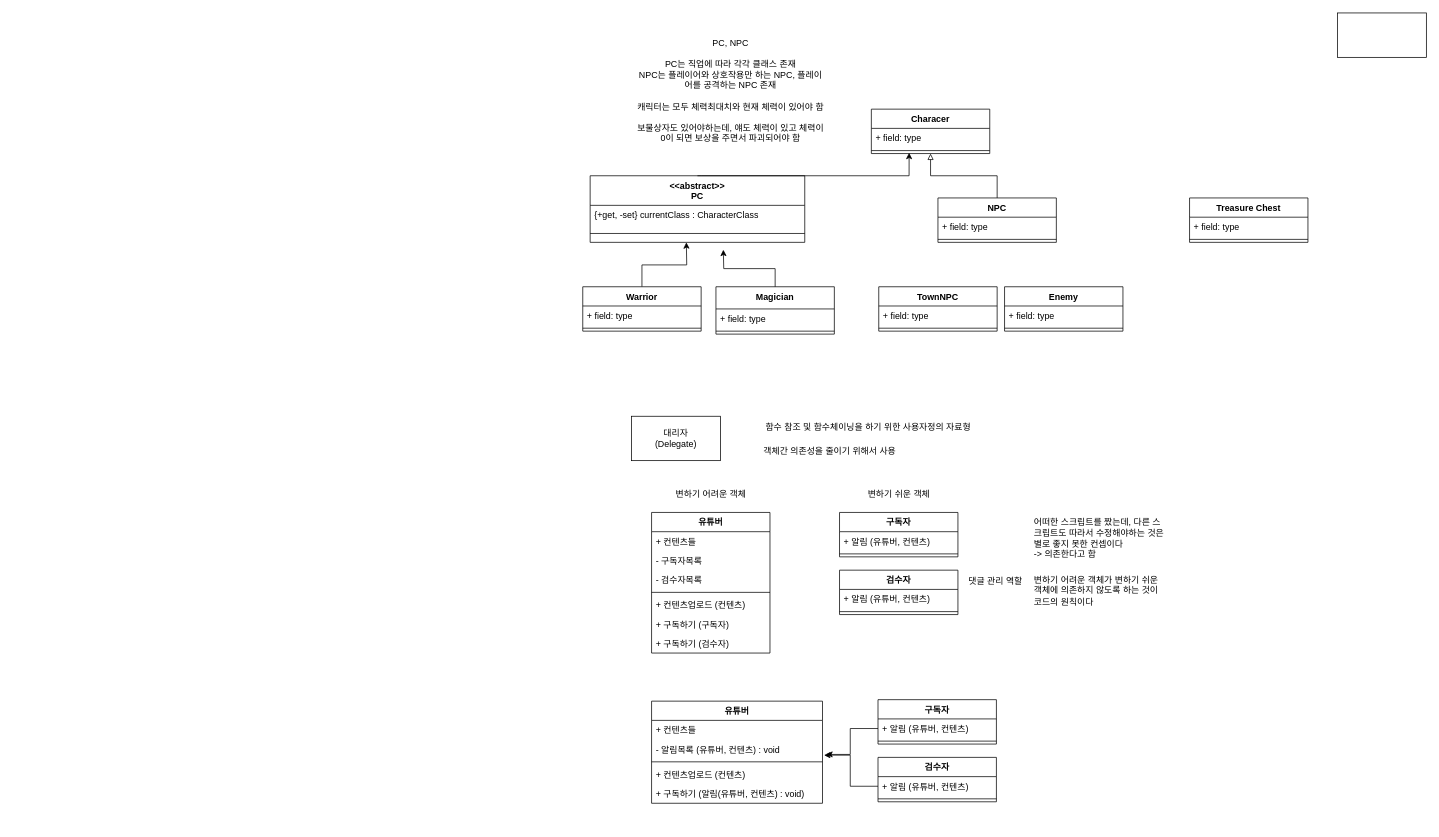
This is CsharpBasic.drawio from Unity-Boot-Camp-13th/CSharp-basic, a draw.io file, before an edit. Source tidied: cells renumbered, new cells numbered last; positions are measured from the earlier drawing's top-left corner, leaving out a move shared by most shapes. Both pictures are drawn from the tidied source at 74%, with x=0, y=0 at pixel (582, 13).
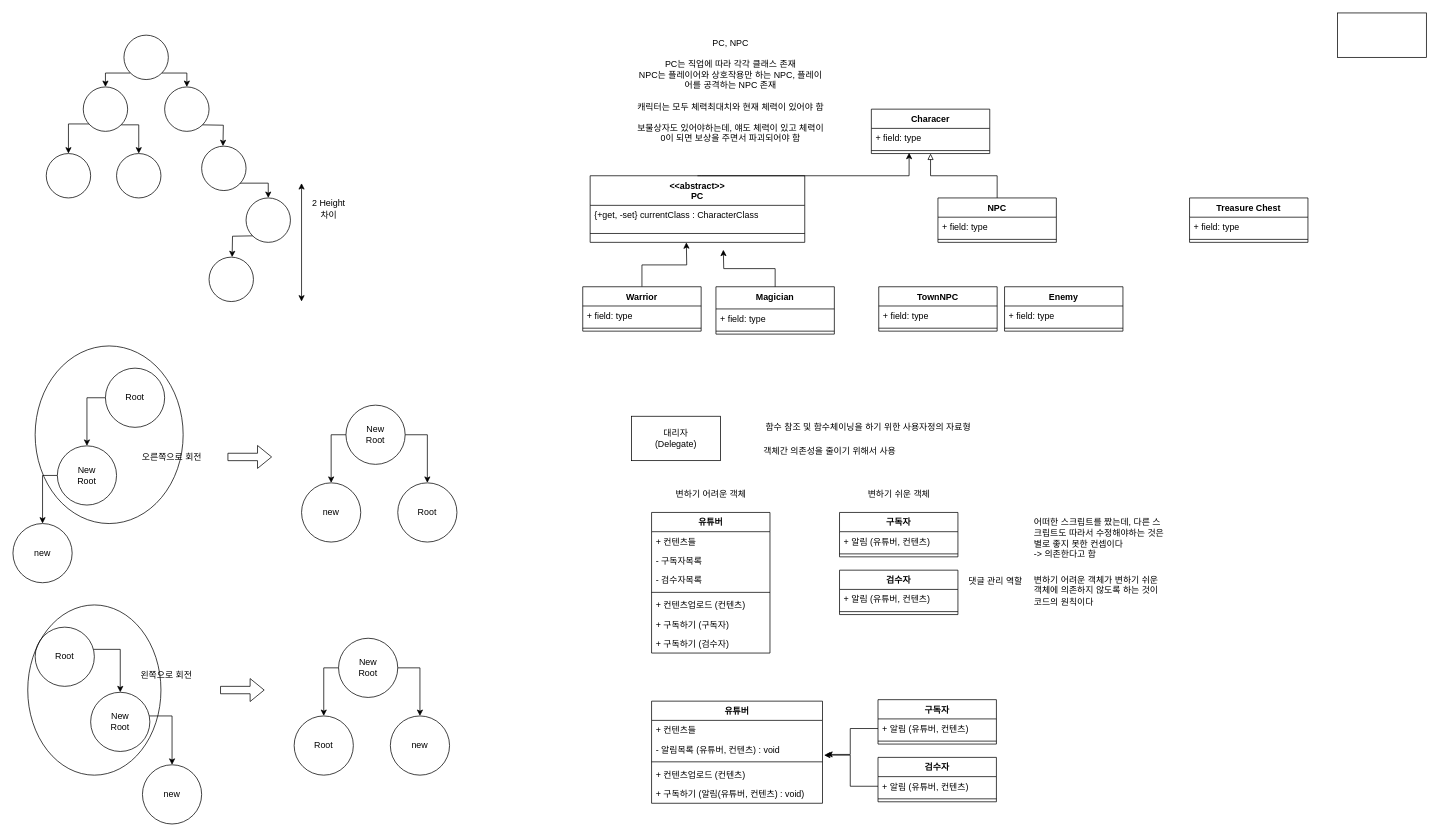
Above is the later version.

What changed in the source:
```diff
@@
+    <mxCell id="68" style="ellipse;whiteSpace=wrap;html=1;fillColor=none;" parent="1" vertex="1">
+      <mxGeometry x="-740" y="450" width="200" height="240" as="geometry" />
+    </mxCell>
@@
+    <mxCell id="69" style="edgeStyle=orthogonalEdgeStyle;rounded=0;jettySize=auto;html=1;exitX=0;exitY=1;exitDx=0;exitDy=0;entryX=0.5;entryY=0;entryDx=0;entryDy=0;" parent="1" edge="1" source="71" target="74">
+      <mxGeometry relative="1" as="geometry" />
+    </mxCell>
+    <mxCell id="70" style="edgeStyle=orthogonalEdgeStyle;rounded=0;jettySize=auto;html=1;exitX=1;exitY=1;exitDx=0;exitDy=0;entryX=0.5;entryY=0;entryDx=0;entryDy=0;" parent="1" edge="1" source="71" target="76">
+      <mxGeometry relative="1" as="geometry" />
+    </mxCell>
+    <mxCell id="71" style="ellipse;whiteSpace=wrap;html=1;" parent="1" vertex="1">
+      <mxGeometry x="-620" y="30" width="60" height="60" as="geometry" />
+    </mxCell>
+    <mxCell id="72" style="edgeStyle=orthogonalEdgeStyle;rounded=0;jettySize=auto;html=1;exitX=0;exitY=1;exitDx=0;exitDy=0;entryX=0.5;entryY=0;entryDx=0;entryDy=0;" parent="1" edge="1" target="77">
+      <mxGeometry relative="1" as="geometry">
+        <mxPoint x="-665" y="151.2" as="sourcePoint" />
+        <Array as="points">
+          <mxPoint x="-664" y="151" />
+          <mxPoint x="-664" y="150" />
+          <mxPoint x="-695" y="150" />
+        </Array>
+      </mxGeometry>
+    </mxCell>
+    <mxCell id="73" style="edgeStyle=orthogonalEdgeStyle;rounded=0;jettySize=auto;html=1;exitX=1;exitY=1;exitDx=0;exitDy=0;entryX=0.5;entryY=0;entryDx=0;entryDy=0;" parent="1" edge="1" source="74" target="78">
+      <mxGeometry relative="1" as="geometry">
+        <Array as="points">
+          <mxPoint x="-600" y="151" />
+        </Array>
+      </mxGeometry>
+    </mxCell>
+    <mxCell id="74" style="ellipse;whiteSpace=wrap;html=1;" parent="1" vertex="1">
+      <mxGeometry x="-675" y="100" width="60" height="60" as="geometry" />
+    </mxCell>
+    <mxCell id="75" style="edgeStyle=orthogonalEdgeStyle;rounded=0;orthogonalLoop=1;jettySize=auto;html=1;exitX=1;exitY=1;exitDx=0;exitDy=0;entryX=0.5;entryY=0;entryDx=0;entryDy=0;" parent="1" edge="1">
+      <mxGeometry relative="1" as="geometry">
+        <mxPoint x="-515" y="151.2" as="sourcePoint" />
+        <mxPoint x="-486.2" y="180" as="targetPoint" />
+      </mxGeometry>
+    </mxCell>
+    <mxCell id="76" style="ellipse;whiteSpace=wrap;html=1;" parent="1" vertex="1">
+      <mxGeometry x="-565" y="100" width="60" height="60" as="geometry" />
+    </mxCell>
+    <mxCell id="77" style="ellipse;whiteSpace=wrap;html=1;" parent="1" vertex="1">
+      <mxGeometry x="-725" y="190" width="60" height="60" as="geometry" />
+    </mxCell>
+    <mxCell id="78" style="ellipse;whiteSpace=wrap;html=1;" parent="1" vertex="1">
+      <mxGeometry x="-630" y="190" width="60" height="60" as="geometry" />
+    </mxCell>
+    <mxCell id="79" style="edgeStyle=orthogonalEdgeStyle;rounded=0;jettySize=auto;html=1;exitX=1;exitY=1;exitDx=0;exitDy=0;entryX=0.5;entryY=0;entryDx=0;entryDy=0;" parent="1" edge="1" source="80" target="82">
+      <mxGeometry relative="1" as="geometry">
+        <Array as="points">
+          <mxPoint x="-464" y="230" />
+          <mxPoint x="-425" y="230" />
+        </Array>
+      </mxGeometry>
+    </mxCell>
+    <mxCell id="80" style="ellipse;whiteSpace=wrap;html=1;" parent="1" vertex="1">
+      <mxGeometry x="-515" y="180" width="60" height="60" as="geometry" />
+    </mxCell>
+    <mxCell id="81" style="edgeStyle=orthogonalEdgeStyle;rounded=0;orthogonalLoop=1;jettySize=auto;html=1;exitX=0;exitY=1;exitDx=0;exitDy=0;entryX=0.5;entryY=0;entryDx=0;entryDy=0;" parent="1" edge="1">
+      <mxGeometry relative="1" as="geometry">
+        <mxPoint x="-445" y="301.2" as="sourcePoint" />
+        <mxPoint x="-473.8" y="330" as="targetPoint" />
+      </mxGeometry>
+    </mxCell>
+    <mxCell id="82" style="ellipse;whiteSpace=wrap;html=1;" parent="1" vertex="1">
+      <mxGeometry x="-455" y="250" width="60" height="60" as="geometry" />
+    </mxCell>
+    <mxCell id="83" style="endArrow=classic;startArrow=classic;html=1;rounded=0;" parent="1" edge="1">
+      <mxGeometry relative="1" as="geometry">
+        <mxPoint x="-380" y="390" as="sourcePoint" />
+        <mxPoint x="-380" y="230" as="targetPoint" />
+      </mxGeometry>
+    </mxCell>
+    <mxCell id="84" value="2 Height 차이" style="text;html=1;align=center;verticalAlign=middle;whiteSpace=wrap;rounded=0;" parent="1" vertex="1">
+      <mxGeometry x="-373" y="250" width="60" height="30" as="geometry" />
+    </mxCell>
+    <mxCell id="85" style="ellipse;whiteSpace=wrap;html=1;" parent="1" vertex="1">
+      <mxGeometry x="-505" y="330" width="60" height="60" as="geometry" />
+    </mxCell>
+    <mxCell id="86" style="edgeStyle=orthogonalEdgeStyle;rounded=0;jettySize=auto;html=1;exitX=0;exitY=0.5;exitDx=0;exitDy=0;entryX=0.5;entryY=0;entryDx=0;entryDy=0;" parent="1" edge="1" source="87" target="89">
+      <mxGeometry relative="1" as="geometry" />
+    </mxCell>
+    <mxCell id="87" value="Root" style="ellipse;whiteSpace=wrap;html=1;" parent="1" vertex="1">
+      <mxGeometry x="-645" y="480" width="80" height="80" as="geometry" />
+    </mxCell>
+    <mxCell id="88" style="edgeStyle=orthogonalEdgeStyle;rounded=0;jettySize=auto;html=1;exitX=0;exitY=0.5;exitDx=0;exitDy=0;" parent="1" edge="1" source="89" target="90">
+      <mxGeometry relative="1" as="geometry" />
+    </mxCell>
+    <mxCell id="89" value="New&lt;div&gt;Root&lt;/div&gt;" style="ellipse;whiteSpace=wrap;html=1;" parent="1" vertex="1">
+      <mxGeometry x="-710" y="585" width="80" height="80" as="geometry" />
+    </mxCell>
+    <mxCell id="90" value="new" style="ellipse;whiteSpace=wrap;html=1;" parent="1" vertex="1">
+      <mxGeometry x="-770" y="690" width="80" height="80" as="geometry" />
+    </mxCell>
+    <mxCell id="91" value="오른쪽으로 회전" style="text;html=1;align=center;verticalAlign=middle;whiteSpace=wrap;rounded=0;" parent="1" vertex="1">
+      <mxGeometry x="-605" y="585" width="100" height="30" as="geometry" />
+    </mxCell>
+    <mxCell id="92" style="shape=flexArrow;endArrow=classic;html=1;rounded=0;" parent="1" edge="1">
+      <mxGeometry relative="1" as="geometry">
+        <mxPoint x="-480" y="600" as="sourcePoint" />
+        <mxPoint x="-420" y="600" as="targetPoint" />
+      </mxGeometry>
+    </mxCell>
+    <mxCell id="93" style="edgeStyle=orthogonalEdgeStyle;rounded=0;jettySize=auto;html=1;exitX=0;exitY=0.5;exitDx=0;exitDy=0;" parent="1" edge="1" source="95" target="96">
+      <mxGeometry relative="1" as="geometry" />
+    </mxCell>
+    <mxCell id="94" style="edgeStyle=orthogonalEdgeStyle;rounded=0;jettySize=auto;html=1;exitX=1;exitY=0.5;exitDx=0;exitDy=0;entryX=0.5;entryY=0;entryDx=0;entryDy=0;" parent="1" edge="1" source="95" target="97">
+      <mxGeometry relative="1" as="geometry" />
+    </mxCell>
+    <mxCell id="95" value="New&lt;div&gt;Root&lt;/div&gt;" style="ellipse;whiteSpace=wrap;html=1;" parent="1" vertex="1">
+      <mxGeometry x="-320" y="530" width="80" height="80" as="geometry" />
+    </mxCell>
+    <mxCell id="96" value="new" style="ellipse;whiteSpace=wrap;html=1;" parent="1" vertex="1">
+      <mxGeometry x="-380" y="635" width="80" height="80" as="geometry" />
+    </mxCell>
+    <mxCell id="97" value="Root" style="ellipse;whiteSpace=wrap;html=1;" parent="1" vertex="1">
+      <mxGeometry x="-250" y="635" width="80" height="80" as="geometry" />
+    </mxCell>
+    <mxCell id="98" style="edgeStyle=orthogonalEdgeStyle;rounded=0;jettySize=auto;html=1;" parent="1" edge="1" source="99" target="101">
+      <mxGeometry relative="1" as="geometry">
+        <Array as="points">
+          <mxPoint x="-625" y="860" />
+        </Array>
+      </mxGeometry>
+    </mxCell>
+    <mxCell id="99" value="Root" style="ellipse;whiteSpace=wrap;html=1;" parent="1" vertex="1">
+      <mxGeometry x="-740" y="830" width="80" height="80" as="geometry" />
+    </mxCell>
+    <mxCell id="100" style="edgeStyle=orthogonalEdgeStyle;rounded=0;jettySize=auto;html=1;" parent="1" edge="1" source="101" target="102">
+      <mxGeometry relative="1" as="geometry">
+        <Array as="points">
+          <mxPoint x="-555" y="950" />
+        </Array>
+      </mxGeometry>
+    </mxCell>
+    <mxCell id="101" value="New&lt;div&gt;Root&lt;/div&gt;" style="ellipse;whiteSpace=wrap;html=1;" parent="1" vertex="1">
+      <mxGeometry x="-665" y="918" width="80" height="80" as="geometry" />
+    </mxCell>
+    <mxCell id="102" value="new" style="ellipse;whiteSpace=wrap;html=1;" parent="1" vertex="1">
+      <mxGeometry x="-595" y="1016" width="80" height="80" as="geometry" />
+    </mxCell>
+    <mxCell id="103" style="ellipse;whiteSpace=wrap;html=1;fillColor=none;" parent="1" vertex="1">
+      <mxGeometry x="-750" y="800" width="180" height="230" as="geometry" />
+    </mxCell>
+    <mxCell id="104" value="왼쪽으로 회전" style="text;html=1;align=center;verticalAlign=middle;whiteSpace=wrap;rounded=0;" parent="1" vertex="1">
+      <mxGeometry x="-605" y="880" width="85" height="30" as="geometry" />
+    </mxCell>
+    <mxCell id="105" style="shape=flexArrow;endArrow=classic;html=1;rounded=0;" parent="1" edge="1">
+      <mxGeometry relative="1" as="geometry">
+        <mxPoint x="-490" y="915" as="sourcePoint" />
+        <mxPoint x="-430" y="915" as="targetPoint" />
+      </mxGeometry>
+    </mxCell>
+    <mxCell id="106" style="edgeStyle=orthogonalEdgeStyle;rounded=0;jettySize=auto;html=1;exitX=0;exitY=0.5;exitDx=0;exitDy=0;" parent="1" edge="1" source="108" target="109">
+      <mxGeometry relative="1" as="geometry" />
+    </mxCell>
+    <mxCell id="107" style="edgeStyle=orthogonalEdgeStyle;rounded=0;jettySize=auto;html=1;exitX=1;exitY=0.5;exitDx=0;exitDy=0;entryX=0.5;entryY=0;entryDx=0;entryDy=0;" parent="1" edge="1" source="108" target="110">
+      <mxGeometry relative="1" as="geometry" />
+    </mxCell>
+    <mxCell id="108" value="New&lt;div&gt;Root&lt;/div&gt;" style="ellipse;whiteSpace=wrap;html=1;" parent="1" vertex="1">
+      <mxGeometry x="-330" y="845" width="80" height="80" as="geometry" />
+    </mxCell>
+    <mxCell id="109" value="Root" style="ellipse;whiteSpace=wrap;html=1;" parent="1" vertex="1">
+      <mxGeometry x="-390" y="950" width="80" height="80" as="geometry" />
+    </mxCell>
+    <mxCell id="110" value="new" style="ellipse;whiteSpace=wrap;html=1;" parent="1" vertex="1">
+      <mxGeometry x="-260" y="950" width="80" height="80" as="geometry" />
+    </mxCell>
```
